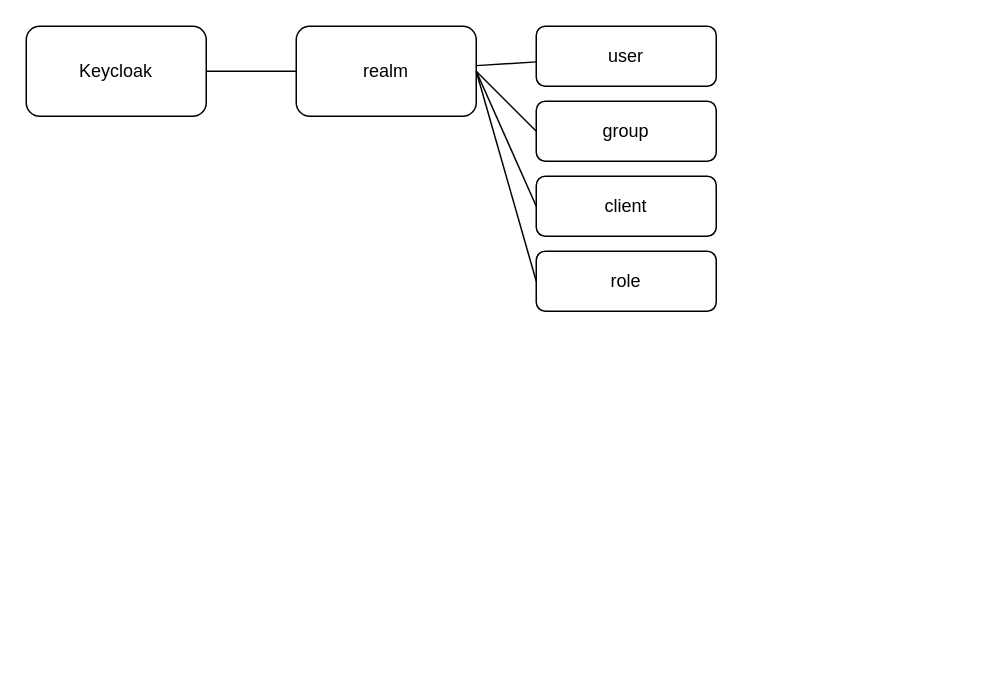
Before: page "keycloak" (5 of 5) of k8s.drawio in hakchangs/k8s-study, a draw.io diagram. Source tidied: cells renumbered, new cells numbered last; positions are measured from the earlier drawing's top-left corner, leaving out a move shared by most shapes. Both pictures are drawn from the tidied source at 150%, with x=0, y=0 at pixel (26, 26).
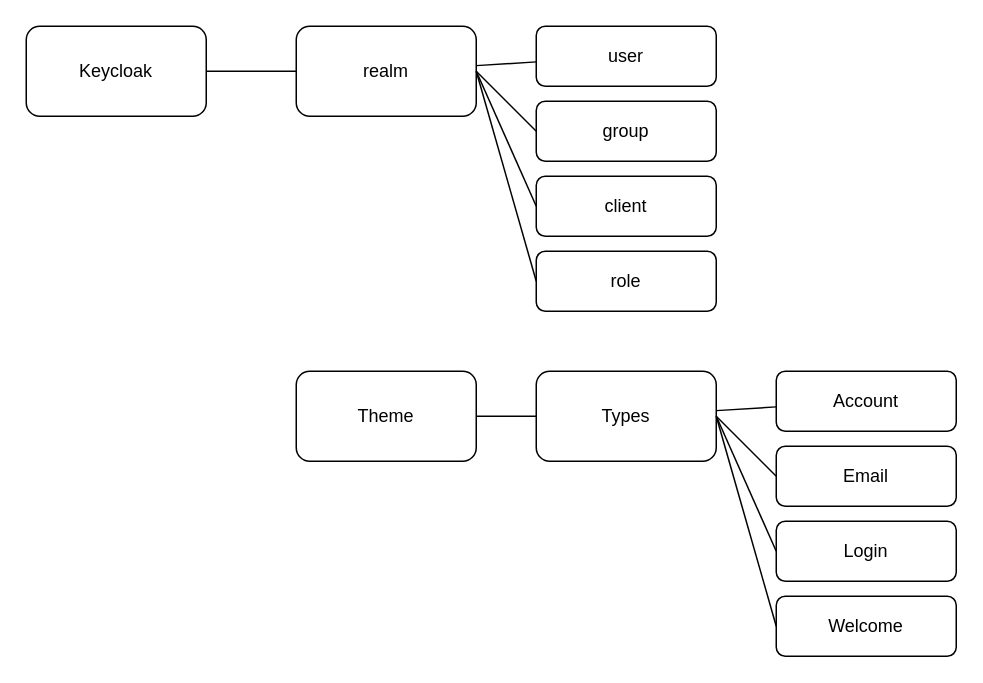
Above is the later version.

Change to the diagram source:
```diff
@@
+    <mxCell id="13" value="Theme" style="rounded=1;whiteSpace=wrap;html=1;" parent="1" vertex="1">
+      <mxGeometry x="180" y="230" width="120" height="60" as="geometry" />
+    </mxCell>
+    <mxCell id="14" value="Types" style="rounded=1;whiteSpace=wrap;html=1;" parent="1" vertex="1">
+      <mxGeometry x="340" y="230" width="120" height="60" as="geometry" />
+    </mxCell>
+    <mxCell id="15" value="Account" style="rounded=1;whiteSpace=wrap;html=1;" parent="1" vertex="1">
+      <mxGeometry x="500" y="230" width="120" height="40" as="geometry" />
+    </mxCell>
+    <mxCell id="16" value="Email" style="rounded=1;whiteSpace=wrap;html=1;" parent="1" vertex="1">
+      <mxGeometry x="500" y="280" width="120" height="40" as="geometry" />
+    </mxCell>
+    <mxCell id="17" value="Login" style="rounded=1;whiteSpace=wrap;html=1;" parent="1" vertex="1">
+      <mxGeometry x="500" y="330" width="120" height="40" as="geometry" />
+    </mxCell>
+    <mxCell id="18" value="Welcome" style="rounded=1;whiteSpace=wrap;html=1;" parent="1" vertex="1">
+      <mxGeometry x="500" y="380" width="120" height="40" as="geometry" />
+    </mxCell>
+    <mxCell id="19" style="endArrow=none;html=1;rounded=0;entryX=0;entryY=0.5;entryDx=0;entryDy=0;exitX=1;exitY=0.5;exitDx=0;exitDy=0;" parent="1" edge="1" source="14" target="16">
+      <mxGeometry relative="1" as="geometry" />
+    </mxCell>
+    <mxCell id="20" style="endArrow=none;html=1;rounded=0;" parent="1" edge="1" source="14" target="15">
+      <mxGeometry relative="1" as="geometry" />
+    </mxCell>
+    <mxCell id="21" style="endArrow=none;html=1;rounded=0;entryX=0;entryY=0.5;entryDx=0;entryDy=0;exitX=1;exitY=0.5;exitDx=0;exitDy=0;" parent="1" edge="1" source="14" target="17">
+      <mxGeometry relative="1" as="geometry" />
+    </mxCell>
+    <mxCell id="22" style="endArrow=none;html=1;rounded=0;entryX=0;entryY=0.5;entryDx=0;entryDy=0;exitX=1;exitY=0.5;exitDx=0;exitDy=0;" parent="1" edge="1" source="14" target="18">
+      <mxGeometry relative="1" as="geometry" />
+    </mxCell>
+    <mxCell id="23" style="endArrow=none;html=1;rounded=0;exitX=1;exitY=0.5;exitDx=0;exitDy=0;entryX=0;entryY=0.5;entryDx=0;entryDy=0;" parent="1" edge="1" source="13" target="14">
+      <mxGeometry relative="1" as="geometry" />
+    </mxCell>
```
